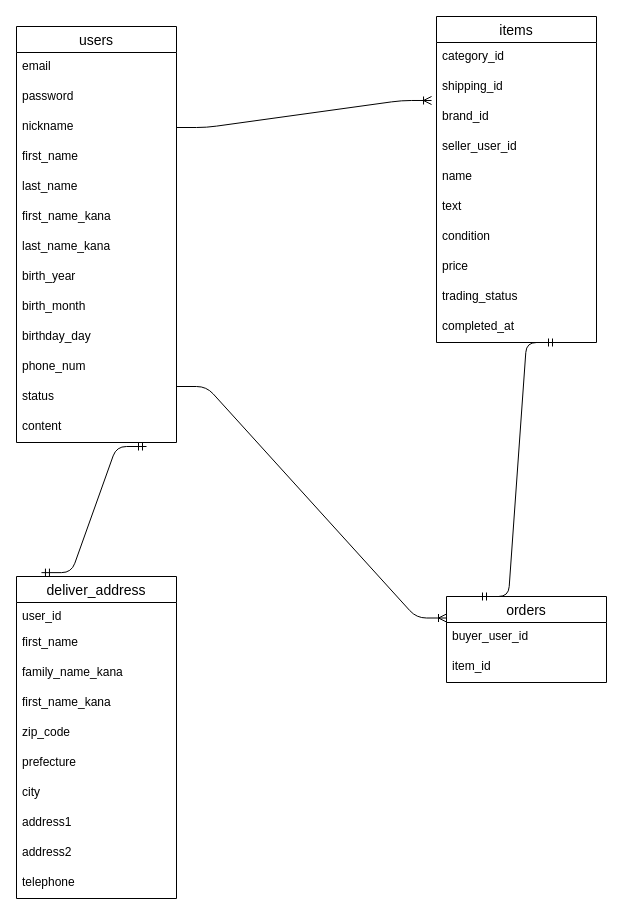
820sayama/furima-37106 keeps this draw.io diagram as test.dio. Above is the earlier version. Source tidied: cells renumbered, new cells numbered last; positions are measured from the earlier drawing's top-left corner, leaving out a move shared by most shapes. Both pictures are drawn from the tidied source at 100%, with x=0, y=0 at pixel (16, 16).
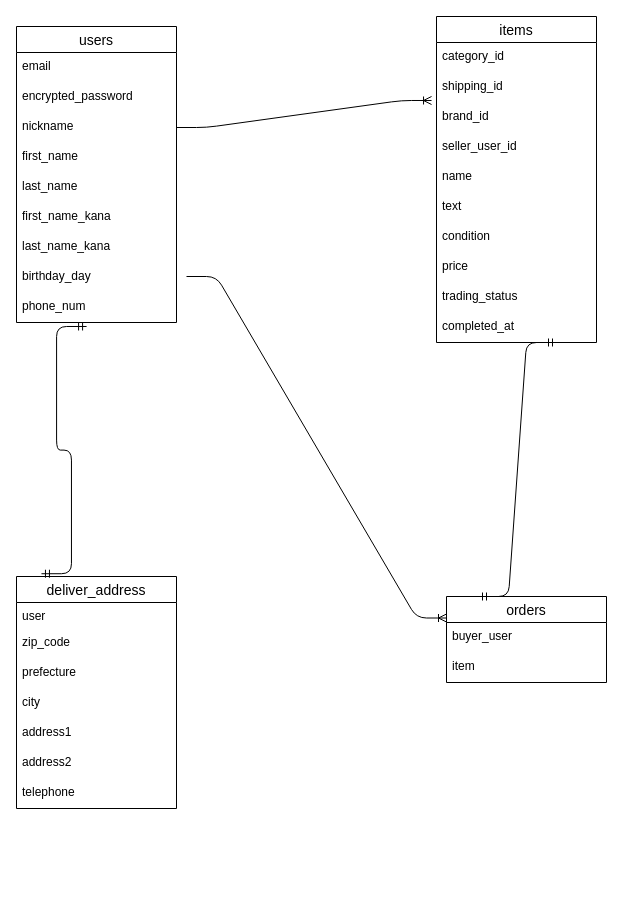
The same diagram, later.

The change refers to these unchanged cells:
```xml
<mxCell id="27" value="orders" style="swimlane;fontStyle=0;horizontal=1;startSize=26;align=center;fontSize=14;" parent="1" vertex="1">
  <mxGeometry x="430" y="580" width="160" height="86" as="geometry" />
</mxCell>
```

The edit, as a diff of the source:
```diff
@@
     <mxCell id="2" value="users" style="swimlane;fontStyle=0;horizontal=1;startSize=26;align=center;fontSize=14;" parent="1" vertex="1">
-      <mxGeometry y="10" width="160" height="416" as="geometry" />
+      <mxGeometry y="10" width="160" height="296" as="geometry" />
     </mxCell>
@@
-    <mxCell id="4" value="password " style="text;strokeColor=none;fillColor=none;spacingLeft=4;spacingRight=4;overflow=hidden;fontSize=12;" parent="2" vertex="1">
+    <mxCell id="4" value="encrypted_password " style="text;strokeColor=none;fillColor=none;spacingLeft=4;spacingRight=4;overflow=hidden;fontSize=12;" parent="2" vertex="1">
       <mxGeometry y="56" width="160" height="30" as="geometry" />
     </mxCell>
@@
-    <mxCell id="10" value="birth_year " style="text;strokeColor=none;fillColor=none;spacingLeft=4;spacingRight=4;overflow=hidden;fontSize=12;" parent="2" vertex="1">
-      <mxGeometry y="236" width="160" height="30" as="geometry" />
-    </mxCell>
-    <mxCell id="11" value="birth_month  " style="text;strokeColor=none;fillColor=none;spacingLeft=4;spacingRight=4;overflow=hidden;fontSize=12;" parent="2" vertex="1">
-      <mxGeometry y="266" width="160" height="30" as="geometry" />
-    </mxCell>
     <mxCell id="12" value="birthday_day" style="text;strokeColor=none;fillColor=none;spacingLeft=4;spacingRight=4;overflow=hidden;fontSize=12;" parent="2" vertex="1">
-      <mxGeometry y="296" width="160" height="30" as="geometry" />
+      <mxGeometry y="236" width="160" height="30" as="geometry" />
     </mxCell>
     <mxCell id="13" value="phone_num" style="text;strokeColor=none;fillColor=none;spacingLeft=4;spacingRight=4;overflow=hidden;points=[[0,0.5],[1,0.5]];portConstraint=eastwest;fontSize=12;" parent="2" vertex="1">
-      <mxGeometry y="326" width="160" height="30" as="geometry" />
+      <mxGeometry y="266" width="160" height="30" as="geometry" />
     </mxCell>
-    <mxCell id="14" value="status " style="text;strokeColor=none;fillColor=none;spacingLeft=4;spacingRight=4;overflow=hidden;fontSize=12;" parent="2" vertex="1">
-      <mxGeometry y="356" width="160" height="30" as="geometry" />
-    </mxCell>
-    <mxCell id="15" value="content " style="text;strokeColor=none;fillColor=none;spacingLeft=4;spacingRight=4;overflow=hidden;fontSize=12;" parent="2" vertex="1">
-      <mxGeometry y="386" width="160" height="30" as="geometry" />
-    </mxCell>
@@
-    <mxCell id="28" value="buyer_user_id" style="text;strokeColor=none;fillColor=none;spacingLeft=4;spacingRight=4;overflow=hidden;fontSize=12;" parent="27" vertex="1">
+    <mxCell id="28" value="buyer_user  " style="text;strokeColor=none;fillColor=none;spacingLeft=4;spacingRight=4;overflow=hidden;fontSize=12;" parent="27" vertex="1">
       <mxGeometry y="26" width="160" height="30" as="geometry" />
     </mxCell>
-    <mxCell id="29" value="item_id  " style="text;strokeColor=none;fillColor=none;spacingLeft=4;spacingRight=4;overflow=hidden;fontSize=12;" parent="27" vertex="1">
+    <mxCell id="29" value="item  " style="text;strokeColor=none;fillColor=none;spacingLeft=4;spacingRight=4;overflow=hidden;fontSize=12;" parent="27" vertex="1">
       <mxGeometry y="56" width="160" height="30" as="geometry" />
     </mxCell>
     <mxCell id="30" value="deliver_address" style="swimlane;fontStyle=0;horizontal=1;startSize=26;align=center;fontSize=14;" parent="1" vertex="1">
-      <mxGeometry y="560" width="160" height="322" as="geometry" />
+      <mxGeometry y="560" width="160" height="232" as="geometry" />
     </mxCell>
-    <mxCell id="31" value="user_id " style="text;strokeColor=none;fillColor=none;spacingLeft=4;spacingRight=4;overflow=hidden;fontSize=12;" parent="30" vertex="1">
+    <mxCell id="31" value="user" style="text;strokeColor=none;fillColor=none;spacingLeft=4;spacingRight=4;overflow=hidden;fontSize=12;" parent="30" vertex="1">
       <mxGeometry y="26" width="160" height="26" as="geometry" />
     </mxCell>
-    <mxCell id="32" value="first_name" style="text;strokeColor=none;fillColor=none;spacingLeft=4;spacingRight=4;overflow=hidden;fontSize=12;" parent="30" vertex="1">
-      <mxGeometry y="52" width="160" height="30" as="geometry" />
-    </mxCell>
-    <mxCell id="33" value="family_name_kana  " style="text;strokeColor=none;fillColor=none;spacingLeft=4;spacingRight=4;overflow=hidden;fontSize=12;" parent="30" vertex="1">
-      <mxGeometry y="82" width="160" height="30" as="geometry" />
-    </mxCell>
-    <mxCell id="34" value="first_name_kana " style="text;strokeColor=none;fillColor=none;spacingLeft=4;spacingRight=4;overflow=hidden;fontSize=12;" parent="30" vertex="1">
-      <mxGeometry y="112" width="160" height="30" as="geometry" />
-    </mxCell>
     <mxCell id="35" value="zip_code" style="text;strokeColor=none;fillColor=none;spacingLeft=4;spacingRight=4;overflow=hidden;fontSize=12;" parent="30" vertex="1">
-      <mxGeometry y="142" width="160" height="30" as="geometry" />
+      <mxGeometry y="52" width="160" height="30" as="geometry" />
     </mxCell>
     <mxCell id="36" value="prefecture" style="text;strokeColor=none;fillColor=none;spacingLeft=4;spacingRight=4;overflow=hidden;fontSize=12;" parent="30" vertex="1">
-      <mxGeometry y="172" width="160" height="30" as="geometry" />
+      <mxGeometry y="82" width="160" height="30" as="geometry" />
     </mxCell>
     <mxCell id="37" value="city" style="text;strokeColor=none;fillColor=none;spacingLeft=4;spacingRight=4;overflow=hidden;fontSize=12;" parent="30" vertex="1">
-      <mxGeometry y="202" width="160" height="30" as="geometry" />
+      <mxGeometry y="112" width="160" height="30" as="geometry" />
     </mxCell>
     <mxCell id="38" value="address1 " style="text;strokeColor=none;fillColor=none;spacingLeft=4;spacingRight=4;overflow=hidden;fontSize=12;" parent="30" vertex="1">
-      <mxGeometry y="232" width="160" height="30" as="geometry" />
+      <mxGeometry y="142" width="160" height="30" as="geometry" />
     </mxCell>
     <mxCell id="39" value="address2 " style="text;strokeColor=none;fillColor=none;spacingLeft=4;spacingRight=4;overflow=hidden;fontSize=12;" parent="30" vertex="1">
-      <mxGeometry y="262" width="160" height="30" as="geometry" />
+      <mxGeometry y="172" width="160" height="30" as="geometry" />
     </mxCell>
     <mxCell id="40" value=" telephone  " style="text;strokeColor=none;fillColor=none;spacingLeft=4;spacingRight=4;overflow=hidden;fontSize=12;" parent="30" vertex="1">
-      <mxGeometry y="292" width="160" height="30" as="geometry" />
+      <mxGeometry y="202" width="160" height="30" as="geometry" />
     </mxCell>
@@
-    <mxCell id="42" style="edgeStyle=entityRelationEdgeStyle;fontSize=12;html=1;endArrow=ERmandOne;startArrow=ERmandOne;exitX=0.156;exitY=-0.012;exitDx=0;exitDy=0;exitPerimeter=0;" parent="1" edge="1" source="30">
-      <mxGeometry relative="1" as="geometry">
-        <mxPoint x="130" y="430" as="targetPoint" />
-      </mxGeometry>
+    <mxCell id="42" style="edgeStyle=entityRelationEdgeStyle;fontSize=12;html=1;endArrow=ERmandOne;startArrow=ERmandOne;exitX=0.156;exitY=-0.012;exitDx=0;exitDy=0;exitPerimeter=0;entryX=0.438;entryY=1.133;entryDx=0;entryDy=0;entryPerimeter=0;" parent="1" edge="1" source="30" target="13">
+      <mxGeometry relative="1" as="geometry" />
     </mxCell>
     <mxCell id="43" style="edgeStyle=entityRelationEdgeStyle;fontSize=12;html=1;endArrow=ERoneToMany;entryX=0;entryY=0.25;entryDx=0;entryDy=0;" parent="1" edge="1" target="27">
       <mxGeometry relative="1" as="geometry">
-        <mxPoint x="160" y="370" as="sourcePoint" />
+        <mxPoint x="170" y="260" as="sourcePoint" />
       </mxGeometry>
     </mxCell>
```
